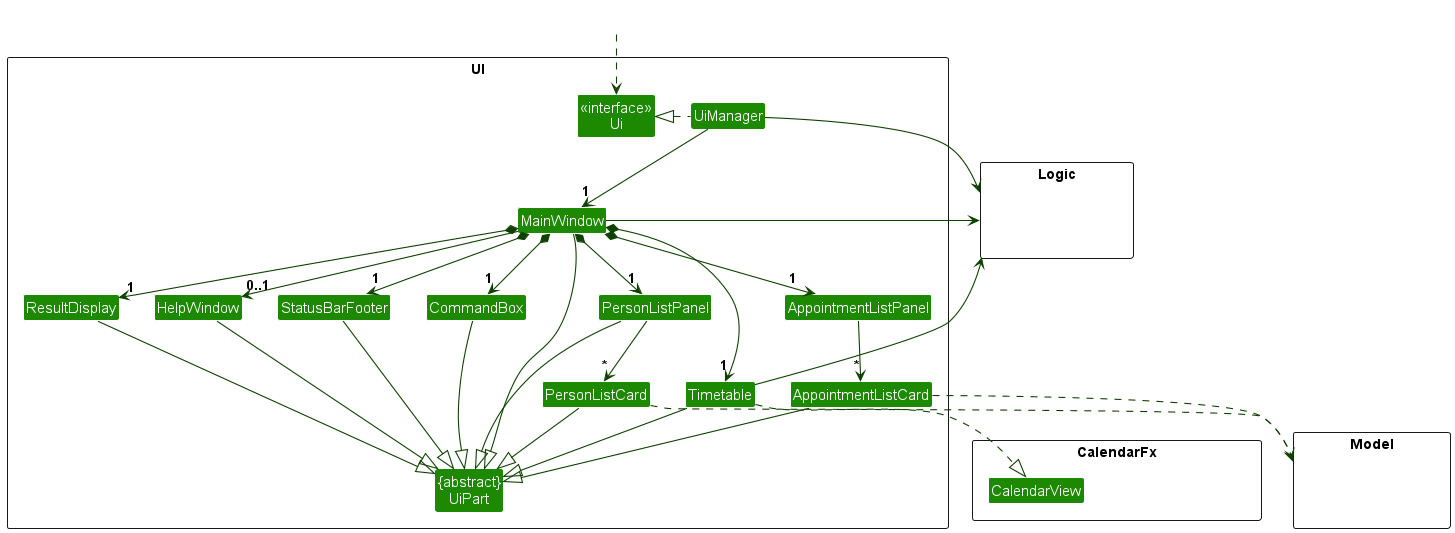
This is docs/images/UiClassDiagram.png from SeaHogs/tp, a PlantUML export, as it was before one commit.
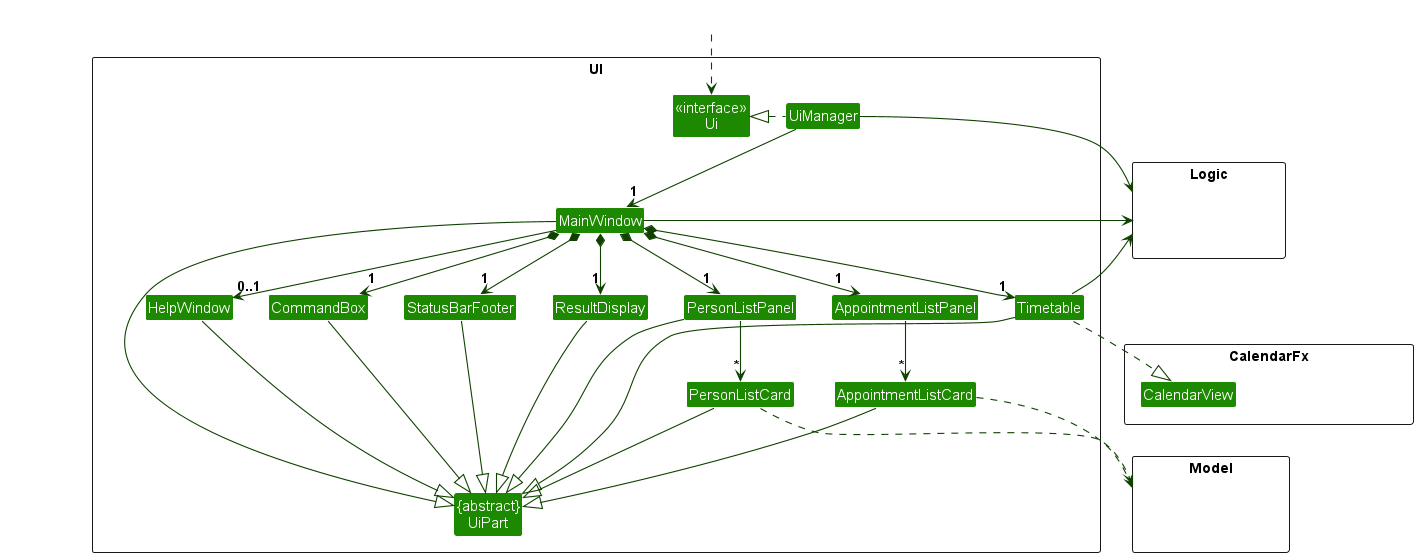
After the commit.

Commit message:
Fix mixing line in DG

Diff of the diagram source:
```diff
@@ -73,6 +73,7 @@
 CommandBox -[hidden]left- ResultDisplay
 ResultDisplay -[hidden]left- StatusBarFooter
 StatusBarFooter -[hidden]left- HelpWindow
+HelpWindow -[hidden]left- Timetable
 
 MainWindow -[hidden]-|> UiPart
 @enduml
```
